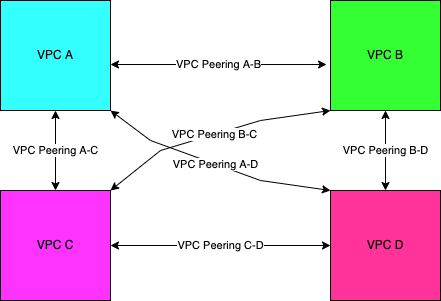
The draw.io diagram VPC Peering.drawio.png in Rij22/Class-Projects, before a commit. Source tidied: cells renumbered, new cells last; positions are measured from the earlier drawing's top-left corner, leaving out a move shared by most shapes.
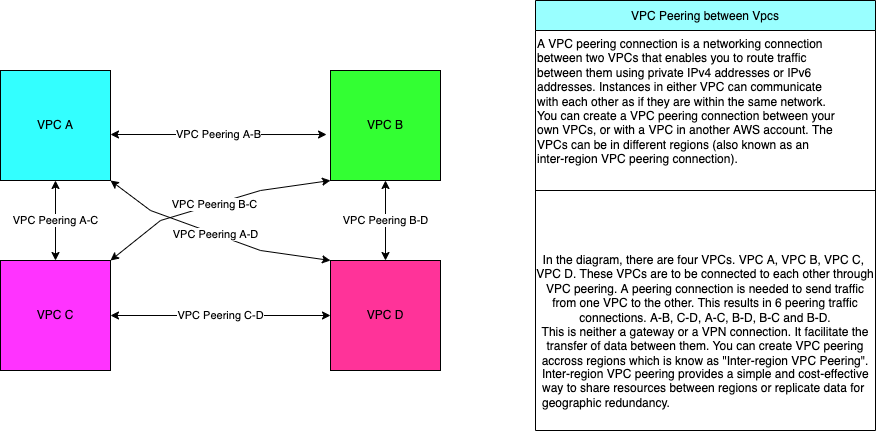
Later version of the same file.

Change to the diagram source:
```diff
@@ -44,5 +44,26 @@
         </Array>
       </mxGeometry>
     </mxCell>
+    <mxCell id="12" value="VPC Peering between Vpcs" style="shape=table;startSize=30;fillColor=#99FFFF;" parent="1" vertex="1">
+      <mxGeometry x="535" y="-70" width="340" height="430" as="geometry" />
+    </mxCell>
+    <mxCell id="13" style="shape=tableRow;horizontal=0;startSize=0;swimlaneHead=0;swimlaneBody=0;top=0;left=0;bottom=0;right=0;fillColor=none;" parent="12" vertex="1">
+      <mxGeometry y="30" width="340" height="160" as="geometry" />
+    </mxCell>
+    <mxCell id="14" style="shape=partialRectangle;html=1;whiteSpace=wrap;overflow=hidden;fillColor=none;top=0;left=0;bottom=0;right=0;" parent="13" vertex="1">
+      <mxGeometry width="340" height="160" as="geometry" />
+    </mxCell>
+    <mxCell id="15" style="shape=tableRow;horizontal=0;startSize=0;swimlaneHead=0;swimlaneBody=0;top=0;left=0;bottom=0;right=0;fillColor=none;" parent="12" vertex="1">
+      <mxGeometry y="190" width="340" height="240" as="geometry" />
+    </mxCell>
+    <mxCell id="16" value="In the diagram, there are four VPCs. VPC A, VPC B, VPC C,&amp;nbsp;&lt;br&gt;VPC D. These VPCs are to be connected to each other through VPC peering. A peering connection is needed to send traffic from one VPC to the other. This results in 6 peering traffic connections. A-B, C-D, A-C, B-D, B-C and B-D.&lt;br&gt;This is neither a gateway or a VPN connection. It facilitate the transfer of data between them. You can create VPC peering accross regions which is know as &quot;Inter-region VPC Peering&quot;." style="shape=partialRectangle;html=1;whiteSpace=wrap;overflow=hidden;fillColor=none;top=0;left=0;bottom=0;right=0;" parent="15" vertex="1">
+      <mxGeometry width="340" height="240" as="geometry" />
+    </mxCell>
+    <mxCell id="17" value="A VPC peering connection is a networking connection between two VPCs that enables you to route traffic between them using private IPv4 addresses or IPv6 addresses. Instances in either VPC can communicate with each other as if they are within the same network. You can create a VPC peering connection between your own VPCs, or with a VPC in another AWS account. The VPCs can be in different regions (also known as an inter-region VPC peering connection)." style="text;whiteSpace=wrap;html=1;" parent="1" vertex="1">
+      <mxGeometry x="535" y="-40" width="300" height="90" as="geometry" />
+    </mxCell>
+    <mxCell id="18" value="Inter-region VPC peering provides a simple and cost-effective way to share resources between regions or replicate data for geographic redundancy." style="text;whiteSpace=wrap;html=1;" parent="1" vertex="1">
+      <mxGeometry x="540" y="290" width="335" height="50" as="geometry" />
+    </mxCell>
   </root>
 </mxGraphModel>
```
